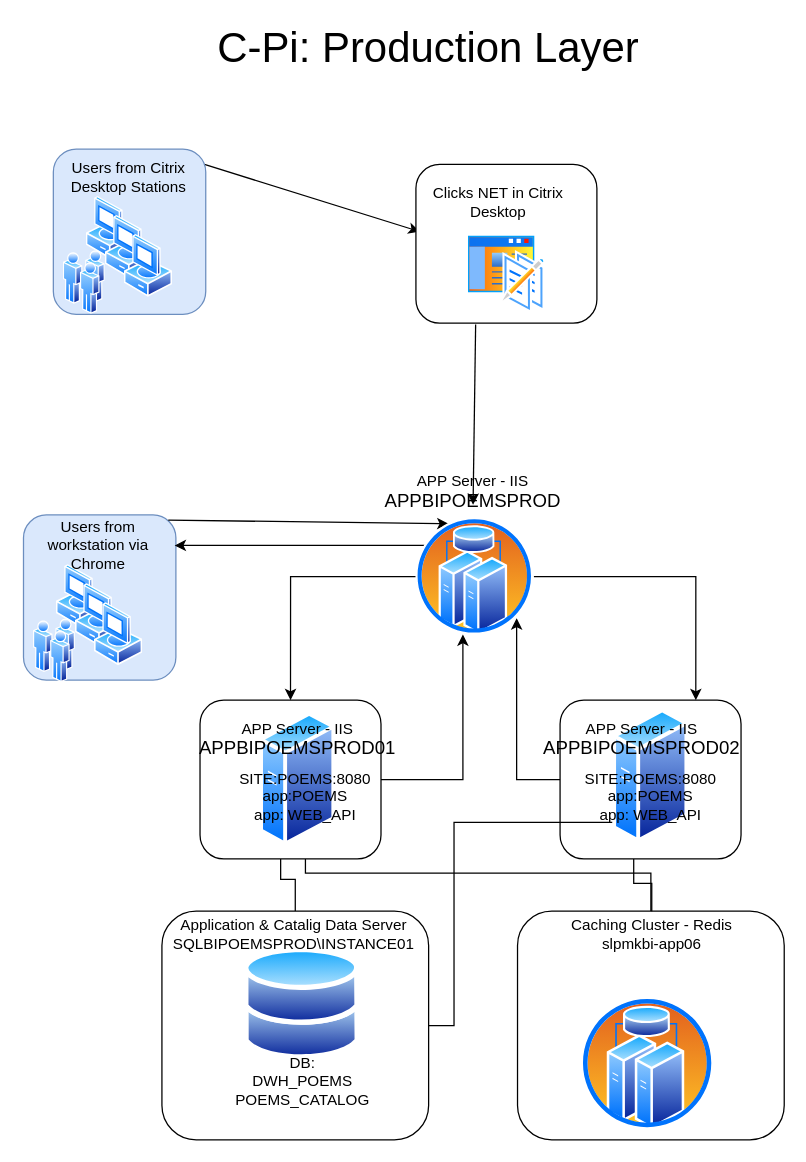
This is c-pi_prod.drawio from itaybaran/drawing, a draw.io file, before an edit. Source tidied: cells renumbered, new cells numbered last; positions are measured from the earlier drawing's top-left corner, leaving out a move shared by most shapes. Both pictures are drawn from the tidied source at 127%, with x=0, y=0 at pixel (22, 34).
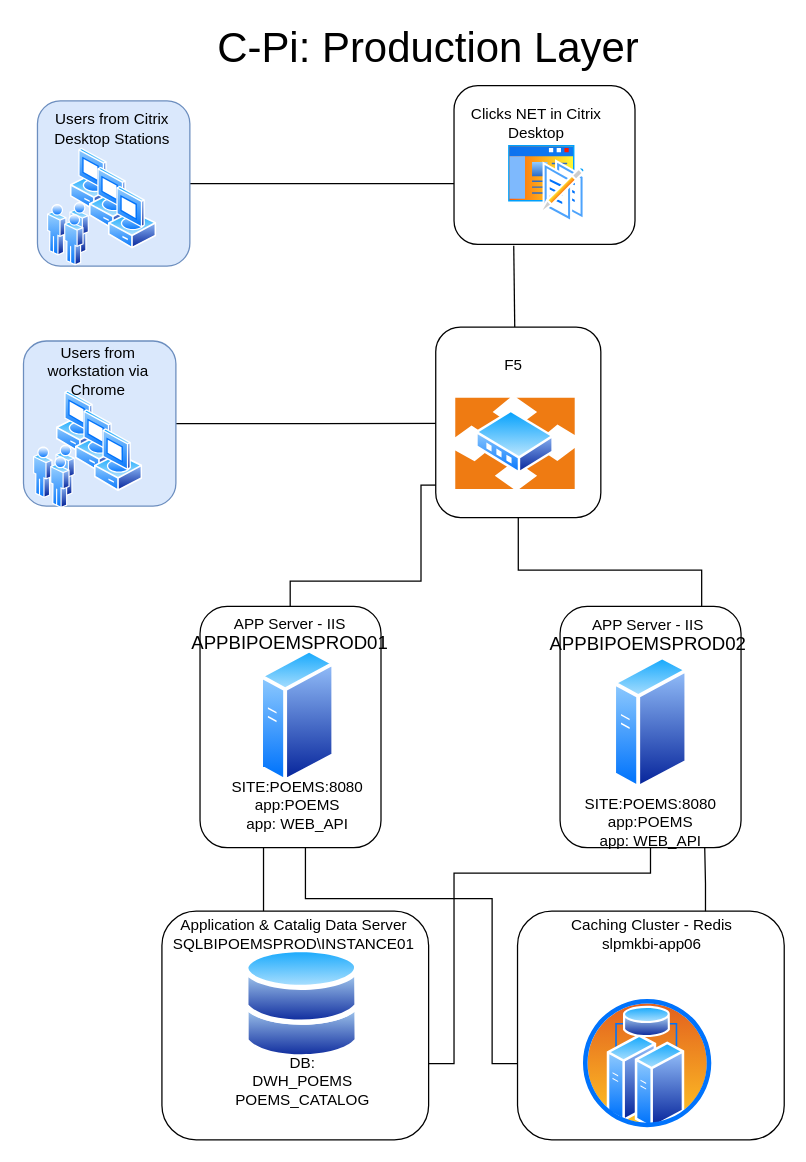
The same page after the edit.

The change refers to these unchanged cells:
```xml
<mxCell id="5" style="rounded=1;whiteSpace=wrap;html=1;fillColor=#ffffff;" parent="1" vertex="1">
  <mxGeometry x="390" y="690" width="210" height="180" as="geometry" />
</mxCell>
<mxCell id="8" style="rounded=1;whiteSpace=wrap;html=1;fillColor=#ffffff;" parent="1" vertex="1">
  <mxGeometry x="110" y="690" width="210" height="180" as="geometry" />
</mxCell>
<mxCell id="15" style="group;" parent="1" vertex="1">
  <mxGeometry y="422" width="121" height="130" as="geometry" />
</mxCell>
<mxCell id="23" style="perimeter=ellipsePerimeter;html=1;align=center;shadow=0;dashed=0;spacingTop=3;image;image=img/lib/active_directory/databases.svg;" parent="1" vertex="1">
  <mxGeometry x="174.5" y="718" width="91.8" height="90" as="geometry" />
</mxCell>
<mxCell id="46" style="perimeter=ellipsePerimeter;html=1;align=center;shadow=0;dashed=0;spacingTop=3;image;image=img/lib/active_directory/cluster_server.svg;" parent="1" vertex="1">
  <mxGeometry x="440" y="757.5" width="105.1" height="105.1" as="geometry" />
</mxCell>
<mxCell id="47" value="Caching Cluster - Redis&lt;br&gt;slpmkbi-app06" style="text;html=1;strokeColor=none;fillColor=none;align=center;verticalAlign=middle;whiteSpace=wrap;rounded=0;" parent="1" vertex="1">
  <mxGeometry x="410.7" y="698" width="170" height="20" as="geometry" />
</mxCell>
```

What changed in the source:
```diff
@@
+    <mxCell id="48" style="edgeStyle=orthogonalEdgeStyle;rounded=0;jettySize=auto;html=1;entryX=0;entryY=0.25;entryDx=0;entryDy=0;" parent="1" edge="1" source="16" target="53">
+      <mxGeometry relative="1" as="geometry" />
+    </mxCell>
+    <mxCell id="49" style="edgeStyle=orthogonalEdgeStyle;rounded=0;jettySize=auto;html=1;" parent="1" edge="1" source="32" target="46">
+      <mxGeometry relative="1" as="geometry">
+        <Array as="points">
+          <mxPoint x="223" y="680" />
+          <mxPoint x="370" y="680" />
+          <mxPoint x="370" y="810" />
+        </Array>
+      </mxGeometry>
+    </mxCell>
+    <mxCell id="50" style="edgeStyle=orthogonalEdgeStyle;rounded=0;jettySize=auto;html=1;entryX=1;entryY=0.75;entryDx=0;entryDy=0;" parent="1" edge="1" source="33" target="23">
+      <mxGeometry relative="1" as="geometry">
+        <Array as="points">
+          <mxPoint x="495" y="660" />
+          <mxPoint x="340" y="660" />
+          <mxPoint x="340" y="810" />
+          <mxPoint x="262" y="810" />
+        </Array>
+      </mxGeometry>
+    </mxCell>
+    <mxCell id="26" style="edgeStyle=orthogonalEdgeStyle;rounded=0;jettySize=auto;html=1;entryX=0.75;entryY=0;entryDx=0;entryDy=0;" parent="1" edge="1" source="51" target="35">
+      <mxGeometry relative="1" as="geometry" />
+    </mxCell>
+    <mxCell id="27" style="edgeStyle=orthogonalEdgeStyle;rounded=0;jettySize=auto;html=1;entryX=0.453;entryY=0;entryDx=0;entryDy=0;entryPerimeter=0;exitX=0.25;exitY=1;exitDx=0;exitDy=0;" parent="1" edge="1" source="53" target="34">
+      <mxGeometry relative="1" as="geometry">
+        <Array as="points">
+          <mxPoint x="314" y="354" />
+          <mxPoint x="314" y="430" />
+          <mxPoint x="211" y="430" />
+          <mxPoint x="211" y="545" />
+        </Array>
+      </mxGeometry>
+    </mxCell>
+    <mxCell id="44" style="endArrow=classic;html=1;exitX=0.33;exitY=1.008;exitDx=0;exitDy=0;entryX=0.5;entryY=0;entryDx=0;entryDy=0;exitPerimeter=0;" parent="1" edge="1" source="42" target="53">
+      <mxGeometry relative="1" as="geometry" />
+    </mxCell>
+    <mxCell id="22" style="endArrow=classic;html=1;entryX=0.75;entryY=0;entryDx=0;entryDy=0;exitX=0.5;exitY=1;exitDx=0;exitDy=0;" parent="1" edge="1" source="53">
+      <mxGeometry relative="1" as="geometry">
+        <mxPoint x="416.8" y="284.9" as="targetPoint" />
+      </mxGeometry>
+    </mxCell>
+    <mxCell id="51" style="rounded=1;whiteSpace=wrap;html=1;fillColor=#ffffff;" parent="1" vertex="1">
+      <mxGeometry x="325.6" y="230" width="130" height="150" as="geometry" />
+    </mxCell>
-    <mxCell id="2" style="edgeStyle=orthogonalEdgeStyle;rounded=0;jettySize=auto;html=1;entryX=0.25;entryY=1;entryDx=0;entryDy=0;" parent="1" edge="1" source="47" target="31">
+    <mxCell id="2" style="edgeStyle=orthogonalEdgeStyle;rounded=0;jettySize=auto;html=1;entryX=0.75;entryY=1;entryDx=0;entryDy=0;exitX=0.825;exitY=-0.2;exitDx=0;exitDy=0;exitPerimeter=0;" parent="1" edge="1" source="47" target="33">
       <mxGeometry relative="1" as="geometry">
         <Array as="points">
-          <mxPoint x="496" y="668" />
-          <mxPoint x="482" y="668" />
+          <mxPoint x="538" y="694" />
+          <mxPoint x="538" y="668" />
         </Array>
       </mxGeometry>
     </mxCell>
     <mxCell id="3" style="rounded=1;whiteSpace=wrap;html=1;fillColor=#ffffff;" parent="1" vertex="1">
-      <mxGeometry x="423.5" y="523.8" width="142.5" height="125" as="geometry" />
+      <mxGeometry x="423.5" y="450" width="142.5" height="190" as="geometry" />
     </mxCell>
-    <mxCell id="4" style="edgeStyle=orthogonalEdgeStyle;rounded=0;jettySize=auto;html=1;" parent="1" edge="1" source="5" target="32">
-      <mxGeometry relative="1" as="geometry">
-        <Array as="points">
-          <mxPoint x="495" y="660" />
-          <mxPoint x="223" y="660" />
-        </Array>
-      </mxGeometry>
-    </mxCell>
@@
-    <mxCell id="6" style="edgeStyle=orthogonalEdgeStyle;rounded=0;jettySize=auto;html=1;entryX=0.25;entryY=1;entryDx=0;entryDy=0;" parent="1" edge="1" source="8" target="30">
-      <mxGeometry relative="1" as="geometry" />
-    </mxCell>
-    <mxCell id="7" style="edgeStyle=orthogonalEdgeStyle;rounded=0;jettySize=auto;html=1;" parent="1" edge="1" source="8" target="33">
-      <mxGeometry relative="1" as="geometry">
-        <Array as="points">
-          <mxPoint x="340" y="780" />
-          <mxPoint x="340" y="620" />
-          <mxPoint x="495" y="620" />
-        </Array>
-      </mxGeometry>
-    </mxCell>
+    <mxCell id="52" style="edgeStyle=orthogonalEdgeStyle;rounded=0;jettySize=auto;html=1;entryX=0.118;entryY=1.1;entryDx=0;entryDy=0;entryPerimeter=0;" parent="1" edge="1" source="8" target="34">
+      <mxGeometry relative="1" as="geometry">
+        <Array as="points">
+          <mxPoint x="190" y="628" />
+          <mxPoint x="152" y="628" />
+        </Array>
+      </mxGeometry>
+    </mxCell>
@@
-    <mxCell id="9" style="edgeStyle=orthogonalEdgeStyle;rounded=0;jettySize=auto;html=1;entryX=1;entryY=1;entryDx=0;entryDy=0;" parent="1" edge="1" source="3" target="29">
-      <mxGeometry relative="1" as="geometry" />
-    </mxCell>
-    <mxCell id="10" style="edgeStyle=orthogonalEdgeStyle;rounded=0;jettySize=auto;html=1;entryX=0.398;entryY=0.991;entryDx=0;entryDy=0;entryPerimeter=0;" parent="1" edge="1" source="11" target="29">
-      <mxGeometry relative="1" as="geometry" />
-    </mxCell>
     <mxCell id="11" style="rounded=1;whiteSpace=wrap;html=1;fillColor=#ffffff;" parent="1" vertex="1">
-      <mxGeometry x="140" y="523.8" width="142.5" height="125" as="geometry" />
+      <mxGeometry x="140" y="450" width="142.5" height="190" as="geometry" />
     </mxCell>
@@
-    <mxCell id="13" style="endArrow=classic;html=1;exitX=1;exitY=0;exitDx=0;exitDy=0;" parent="1" edge="1" source="41">
-      <mxGeometry relative="1" as="geometry">
-        <mxPoint x="313.1" y="154.9" as="targetPoint" />
-      </mxGeometry>
+    <mxCell id="13" style="endArrow=classic;html=1;exitX=1;exitY=0.5;exitDx=0;exitDy=0;" parent="1" edge="1" source="36" target="45">
+      <mxGeometry relative="1" as="geometry" />
     </mxCell>
-    <mxCell id="14" value="APP Server - IIS&lt;br&gt;&lt;span style=&quot;font-size: 11.0pt ; line-height: 107% ; font-family: &amp;#34;calibri&amp;#34; , sans-serif&quot;&gt;APPBIPOEMSPROD&lt;/span&gt;" style="text;html=1;strokeColor=none;fillColor=none;align=center;verticalAlign=middle;whiteSpace=wrap;rounded=0;" parent="1" vertex="1">
-      <mxGeometry x="270" y="350" width="170" height="20" as="geometry" />
+    <mxCell id="14" value="F5" style="text;html=1;strokeColor=none;fillColor=none;align=center;verticalAlign=middle;whiteSpace=wrap;rounded=0;" parent="1" vertex="1">
+      <mxGeometry x="302" y="250" width="170" height="20" as="geometry" />
     </mxCell>
@@
     <mxCell id="16" style="rounded=1;whiteSpace=wrap;html=1;fillColor=#dae8fc;strokeColor=#6c8ebf;" parent="15" vertex="1">
-      <mxGeometry x="1" y="-44" width="120" height="130" as="geometry" />
+      <mxGeometry x="1" y="-181" width="120" height="130" as="geometry" />
     </mxCell>
     <mxCell id="17" style="perimeter=ellipsePerimeter;html=1;align=center;shadow=0;dashed=0;spacingTop=3;image;image=img/lib/active_directory/vista_client.svg;" parent="15" vertex="1">
-      <mxGeometry x="27" y="-5" width="38" height="50" as="geometry" />
+      <mxGeometry x="27" y="-142" width="38" height="50" as="geometry" />
     </mxCell>
     <mxCell id="18" style="perimeter=ellipsePerimeter;html=1;align=center;shadow=0;dashed=0;spacingTop=3;image;image=img/lib/active_directory/vista_client.svg;" parent="15" vertex="1">
-      <mxGeometry x="42" y="10" width="38" height="50" as="geometry" />
+      <mxGeometry x="42" y="-127" width="38" height="50" as="geometry" />
     </mxCell>
     <mxCell id="19" style="perimeter=ellipsePerimeter;html=1;align=center;shadow=0;dashed=0;spacingTop=3;image;image=img/lib/active_directory/vista_client.svg;" parent="15" vertex="1">
-      <mxGeometry x="57" y="25" width="38" height="50" as="geometry" />
+      <mxGeometry x="57" y="-112" width="38" height="50" as="geometry" />
     </mxCell>
     <mxCell id="20" style="perimeter=ellipsePerimeter;html=1;align=center;shadow=0;dashed=0;spacingTop=3;image;image=img/lib/active_directory/users.svg;" parent="15" vertex="1">
-      <mxGeometry x="9" y="38" width="33" height="50" as="geometry" />
+      <mxGeometry x="9" y="-99" width="33" height="50" as="geometry" />
     </mxCell>
     <mxCell id="21" value="Users from workstation via Chrome" style="text;html=1;strokeColor=none;fillColor=none;align=center;verticalAlign=middle;whiteSpace=wrap;rounded=0;" parent="15" vertex="1">
-      <mxGeometry y="-30" width="120" height="20" as="geometry" />
+      <mxGeometry y="-167" width="120" height="20" as="geometry" />
     </mxCell>
-    <mxCell id="22" style="endArrow=classic;html=1;exitX=0.95;exitY=0.031;exitDx=0;exitDy=0;entryX=0.25;entryY=0;entryDx=0;entryDy=0;exitPerimeter=0;" parent="1" edge="1" source="16" target="29">
-      <mxGeometry relative="1" as="geometry" />
-    </mxCell>
@@
-    <mxCell id="26" style="edgeStyle=orthogonalEdgeStyle;rounded=0;jettySize=auto;html=1;entryX=0.75;entryY=0;entryDx=0;entryDy=0;" parent="1" edge="1" source="29" target="3">
-      <mxGeometry relative="1" as="geometry" />
-    </mxCell>
-    <mxCell id="27" style="edgeStyle=orthogonalEdgeStyle;rounded=0;jettySize=auto;html=1;entryX=0.5;entryY=0;entryDx=0;entryDy=0;" parent="1" edge="1" source="29" target="11">
-      <mxGeometry relative="1" as="geometry" />
-    </mxCell>
-    <mxCell id="28" style="edgeStyle=orthogonalEdgeStyle;rounded=0;jettySize=auto;html=1;entryX=1;entryY=0.5;entryDx=0;entryDy=0;" parent="1" edge="1" source="29" target="21">
-      <mxGeometry relative="1" as="geometry">
-        <Array as="points">
-          <mxPoint x="260" y="402" />
-          <mxPoint x="260" y="402" />
-        </Array>
-      </mxGeometry>
-    </mxCell>
-    <mxCell id="29" style="perimeter=ellipsePerimeter;html=1;align=center;shadow=0;dashed=0;spacingTop=3;image;image=img/lib/active_directory/cluster_server.svg;" parent="1" vertex="1">
-      <mxGeometry x="310" y="380" width="92.9" height="92.9" as="geometry" />
-    </mxCell>
     <mxCell id="30" style="perimeter=ellipsePerimeter;html=1;align=center;shadow=0;dashed=0;spacingTop=3;image;image=img/lib/active_directory/generic_server.svg;" parent="1" vertex="1">
-      <mxGeometry x="187" y="532.7" width="60" height="107.1" as="geometry" />
+      <mxGeometry x="187" y="482.9" width="60" height="107.1" as="geometry" />
     </mxCell>
     <mxCell id="31" style="perimeter=ellipsePerimeter;html=1;align=center;shadow=0;dashed=0;spacingTop=3;image;image=img/lib/active_directory/generic_server.svg;" parent="1" vertex="1">
-      <mxGeometry x="465" y="530" width="60" height="107.1" as="geometry" />
+      <mxGeometry x="465" y="488.2" width="60" height="107.1" as="geometry" />
     </mxCell>
     <mxCell id="32" value="SITE:POEMS:8080&lt;br&gt;app:POEMS&lt;br&gt;app: WEB_API" style="text;html=1;strokeColor=none;fillColor=none;align=center;verticalAlign=middle;whiteSpace=wrap;rounded=0;" parent="1" vertex="1">
-      <mxGeometry x="137.5" y="590" width="170" height="20" as="geometry" />
+      <mxGeometry x="131.5" y="597.2" width="170" height="20" as="geometry" />
     </mxCell>
     <mxCell id="33" value="SITE:POEMS:8080&lt;br&gt;app:POEMS&lt;br&gt;app: WEB_API" style="text;html=1;align=center;verticalAlign=middle;whiteSpace=wrap;rounded=0;" parent="1" vertex="1">
-      <mxGeometry x="410" y="590" width="170" height="20" as="geometry" />
+      <mxGeometry x="409.7" y="610" width="170" height="20" as="geometry" />
     </mxCell>
     <mxCell id="34" value="APP Server - IIS&lt;br&gt;&lt;span style=&quot;font-size: 11.0pt ; line-height: 107% ; font-family: &amp;#34;calibri&amp;#34; , sans-serif&quot;&gt;APPBIPOEMSPROD01&lt;/span&gt;" style="text;html=1;strokeColor=none;fillColor=none;align=center;verticalAlign=middle;whiteSpace=wrap;rounded=0;" parent="1" vertex="1">
-      <mxGeometry x="132" y="545" width="170" height="20" as="geometry" />
+      <mxGeometry x="126.3" y="462" width="170" height="20" as="geometry" />
     </mxCell>
     <mxCell id="35" value="APP Server - IIS&lt;br&gt;&lt;span style=&quot;font-size: 11.0pt ; line-height: 107% ; font-family: &amp;#34;calibri&amp;#34; , sans-serif&quot;&gt;APPBIPOEMSPROD02&lt;/span&gt;" style="text;html=1;strokeColor=none;fillColor=none;align=center;verticalAlign=middle;whiteSpace=wrap;rounded=0;" parent="1" vertex="1">
-      <mxGeometry x="402.9" y="545" width="170" height="20" as="geometry" />
+      <mxGeometry x="407.5" y="462.9" width="170" height="20" as="geometry" />
     </mxCell>
     <mxCell id="36" style="rounded=1;whiteSpace=wrap;html=1;fillColor=#dae8fc;strokeColor=#6c8ebf;" parent="1" vertex="1">
-      <mxGeometry x="24.5" y="90" width="120" height="130" as="geometry" />
+      <mxGeometry x="12" y="52" width="120" height="130" as="geometry" />
     </mxCell>
     <mxCell id="37" style="perimeter=ellipsePerimeter;html=1;align=center;shadow=0;dashed=0;spacingTop=3;image;image=img/lib/active_directory/vista_client.svg;" parent="1" vertex="1">
-      <mxGeometry x="50.5" y="127" width="38" height="50" as="geometry" />
+      <mxGeometry x="38" y="89" width="38" height="50" as="geometry" />
     </mxCell>
     <mxCell id="38" style="perimeter=ellipsePerimeter;html=1;align=center;shadow=0;dashed=0;spacingTop=3;image;image=img/lib/active_directory/vista_client.svg;" parent="1" vertex="1">
-      <mxGeometry x="65.5" y="142" width="38" height="50" as="geometry" />
+      <mxGeometry x="53" y="104" width="38" height="50" as="geometry" />
     </mxCell>
     <mxCell id="39" style="perimeter=ellipsePerimeter;html=1;align=center;shadow=0;dashed=0;spacingTop=3;image;image=img/lib/active_directory/vista_client.svg;" parent="1" vertex="1">
-      <mxGeometry x="80.5" y="157" width="38" height="50" as="geometry" />
+      <mxGeometry x="68" y="119" width="38" height="50" as="geometry" />
     </mxCell>
     <mxCell id="40" style="perimeter=ellipsePerimeter;html=1;align=center;shadow=0;dashed=0;spacingTop=3;image;image=img/lib/active_directory/users.svg;" parent="1" vertex="1">
-      <mxGeometry x="32.5" y="170" width="33" height="50" as="geometry" />
+      <mxGeometry x="20" y="132" width="33" height="50" as="geometry" />
     </mxCell>
     <mxCell id="41" value="Users from Citrix Desktop Stations" style="text;html=1;strokeColor=none;fillColor=none;align=center;verticalAlign=middle;whiteSpace=wrap;rounded=0;" parent="1" vertex="1">
-      <mxGeometry x="23.5" y="102" width="120" height="20" as="geometry" />
+      <mxGeometry x="11" y="64" width="120" height="20" as="geometry" />
     </mxCell>
     <mxCell id="42" style="rounded=1;whiteSpace=wrap;html=1;fillColor=#ffffff;" parent="1" vertex="1">
-      <mxGeometry x="310" y="102" width="142.5" height="125" as="geometry" />
+      <mxGeometry x="340" y="40" width="142.5" height="125" as="geometry" />
     </mxCell>
     <mxCell id="43" value="Clicks NET in Citrix Desktop" style="text;html=1;strokeColor=none;fillColor=none;align=center;verticalAlign=middle;whiteSpace=wrap;rounded=0;" parent="1" vertex="1">
-      <mxGeometry x="320" y="122" width="110" height="20" as="geometry" />
+      <mxGeometry x="350" y="60" width="110" height="20" as="geometry" />
     </mxCell>
-    <mxCell id="44" style="endArrow=classic;html=1;exitX=0.33;exitY=1.008;exitDx=0;exitDy=0;entryX=0.5;entryY=1;entryDx=0;entryDy=0;exitPerimeter=0;" parent="1" edge="1" source="42" target="14">
-      <mxGeometry relative="1" as="geometry" />
-    </mxCell>
     <mxCell id="45" style="perimeter=ellipsePerimeter;html=1;align=center;shadow=0;dashed=0;spacingTop=3;image;image=img/lib/active_directory/wiki_site.svg;" parent="1" vertex="1">
-      <mxGeometry x="349.8" y="157" width="62.9" height="62.9" as="geometry" />
+      <mxGeometry x="381.4" y="85.6" width="62.9" height="62.9" as="geometry" />
     </mxCell>
@@
+    <mxCell id="53" style="perimeter=ellipsePerimeter;html=1;align=center;shadow=0;dashed=0;spacingTop=3;image;image=img/lib/active_directory/router.svg;" parent="1" vertex="1">
+      <mxGeometry x="341.1" y="286" width="94.8" height="72" as="geometry" />
+    </mxCell>
```
